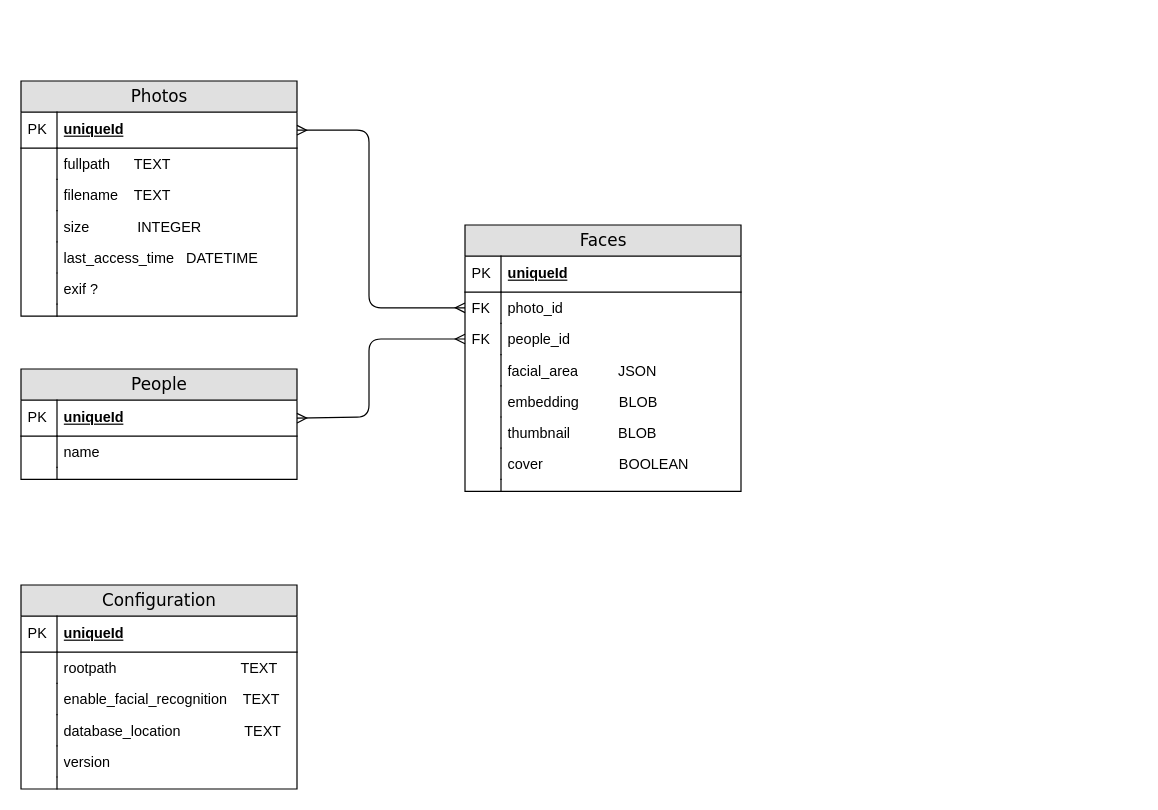
brandicast/bicasa keeps this draw.io diagram as sqlite.drawio. Above is the earlier version. Source tidied: cells renumbered, new cells numbered last; positions are measured from the earlier drawing's top-left corner, leaving out a move shared by most shapes. Both pictures are drawn from the tidied source at 120%, with x=0, y=0 at pixel (20, 80).
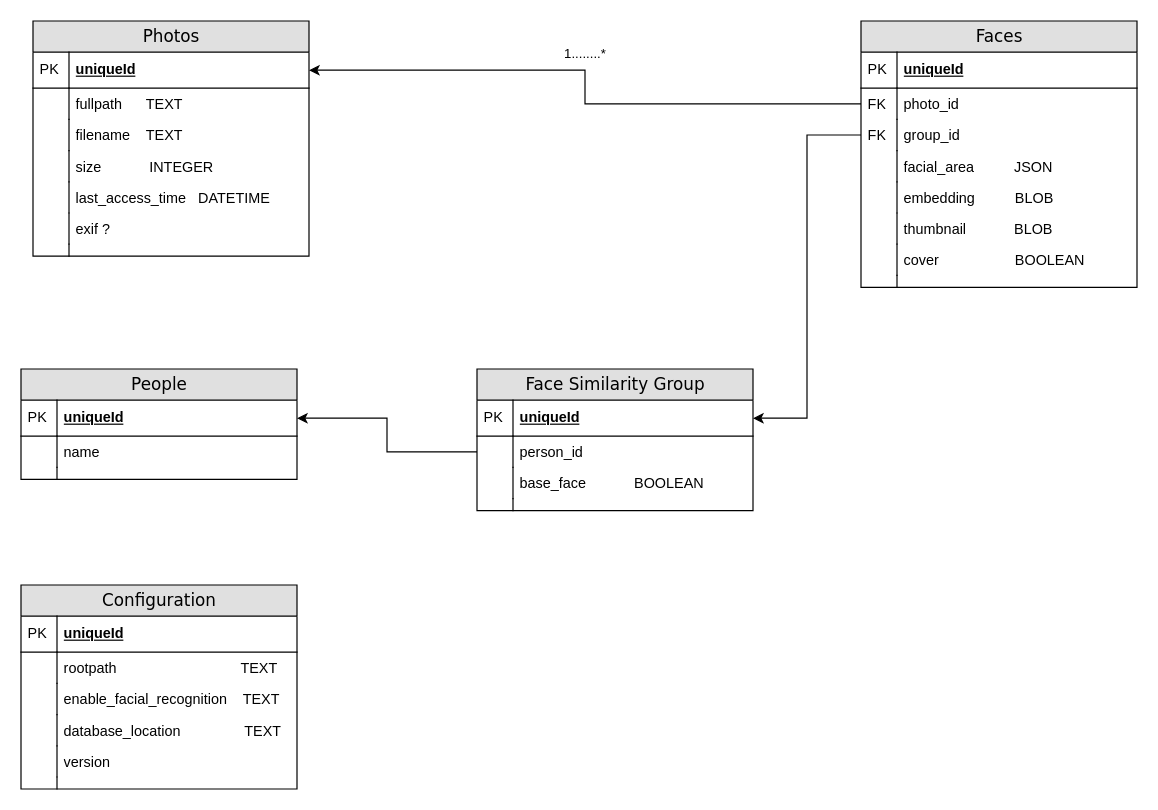
Above is the later version.

Unchanged cells that the change refers to:
```xml
<mxCell id="3" value="uniqueId" style="shape=partialRectangle;top=0;left=0;right=0;bottom=1;html=1;align=left;verticalAlign=middle;fillColor=none;spacingLeft=34;spacingRight=4;whiteSpace=wrap;overflow=hidden;points=[[0,0.5],[1,0.5]];portConstraint=eastwest;fontStyle=5;" parent="2" vertex="1">
  <mxGeometry y="26" width="230" height="30" as="geometry" />
</mxCell>
<mxCell id="20" value="photo_id" style="shape=partialRectangle;top=0;left=0;right=0;bottom=0;html=1;align=left;verticalAlign=top;fillColor=none;spacingLeft=34;spacingRight=4;whiteSpace=wrap;overflow=hidden;points=[[0,0.5],[1,0.5]];portConstraint=eastwest;" parent="17" vertex="1">
  <mxGeometry y="56" width="230" height="26" as="geometry" />
</mxCell>
<mxCell id="36" value="uniqueId" style="shape=partialRectangle;top=0;left=0;right=0;bottom=1;html=1;align=left;verticalAlign=middle;fillColor=none;spacingLeft=34;spacingRight=4;whiteSpace=wrap;overflow=hidden;points=[[0,0.5],[1,0.5]];portConstraint=eastwest;fontStyle=5;" parent="35" vertex="1">
  <mxGeometry y="26" width="230" height="30" as="geometry" />
</mxCell>
```

What changed in the source:
```diff
@@
     <mxCell id="2" value="Photos" style="swimlane;html=1;fontStyle=0;horizontal=1;startSize=26;fillColor=#e0e0e0;swimlaneFillColor=#ffffff;align=center;rounded=0;shadow=0;comic=0;labelBackgroundColor=none;strokeWidth=1;fontFamily=Verdana;fontSize=14;" parent="1" vertex="1">
-      <mxGeometry width="230" height="196" as="geometry" />
+      <mxGeometry x="10" y="-50" width="230" height="196" as="geometry" />
     </mxCell>
@@
     <mxCell id="17" value="Faces" style="swimlane;html=1;fontStyle=0;horizontal=1;startSize=26;fillColor=#e0e0e0;swimlaneFillColor=#ffffff;align=center;rounded=0;shadow=0;comic=0;labelBackgroundColor=none;strokeWidth=1;fontFamily=Verdana;fontSize=14;" parent="1" vertex="1">
-      <mxGeometry x="370" y="120" width="230" height="222" as="geometry" />
+      <mxGeometry x="700" y="-50" width="230" height="222" as="geometry" />
     </mxCell>
@@
-    <mxCell id="22" value="people_id" style="shape=partialRectangle;top=0;left=0;right=0;bottom=0;html=1;align=left;verticalAlign=top;fillColor=none;spacingLeft=34;spacingRight=4;whiteSpace=wrap;overflow=hidden;points=[[0,0.5],[1,0.5]];portConstraint=eastwest;" parent="17" vertex="1">
+    <mxCell id="22" value="group_id" style="shape=partialRectangle;top=0;left=0;right=0;bottom=0;html=1;align=left;verticalAlign=top;fillColor=none;spacingLeft=34;spacingRight=4;whiteSpace=wrap;overflow=hidden;points=[[0,0.5],[1,0.5]];portConstraint=eastwest;" parent="17" vertex="1">
       <mxGeometry y="82" width="230" height="26" as="geometry" />
     </mxCell>
@@
-    <mxCell id="34" style="edgeStyle=orthogonalEdgeStyle;html=1;endArrow=ERmany;startArrow=ERmany;labelBackgroundColor=none;fontFamily=Verdana;fontSize=14;entryX=1;entryY=0.5;entryDx=0;entryDy=0;exitX=0;exitY=0.5;exitDx=0;exitDy=0;" parent="1" edge="1" source="20" target="3">
-      <mxGeometry relative="1" as="geometry">
-        <Array as="points">
-          <mxPoint x="290" y="189" />
-          <mxPoint x="290" y="41" />
-        </Array>
-      </mxGeometry>
-    </mxCell>
@@
-    <mxCell id="42" style="edgeStyle=orthogonalEdgeStyle;html=1;endArrow=ERmany;startArrow=ERmany;labelBackgroundColor=none;fontFamily=Verdana;fontSize=14;entryX=1;entryY=0.5;entryDx=0;entryDy=0;exitX=0;exitY=0.5;exitDx=0;exitDy=0;" parent="1" edge="1" source="22" target="36">
-      <mxGeometry relative="1" as="geometry">
-        <Array as="points">
-          <mxPoint x="290" y="215" />
-          <mxPoint x="290" y="280" />
-        </Array>
-      </mxGeometry>
-    </mxCell>
@@
+    <mxCell id="56" value="Face Similarity Group" style="swimlane;html=1;fontStyle=0;horizontal=1;startSize=26;fillColor=#e0e0e0;swimlaneFillColor=#ffffff;align=center;rounded=0;shadow=0;comic=0;labelBackgroundColor=none;strokeWidth=1;fontFamily=Verdana;fontSize=14;" parent="1" vertex="1">
+      <mxGeometry x="380" y="240" width="230" height="118" as="geometry" />
+    </mxCell>
+    <mxCell id="57" value="uniqueId" style="shape=partialRectangle;top=0;left=0;right=0;bottom=1;html=1;align=left;verticalAlign=middle;fillColor=none;spacingLeft=34;spacingRight=4;whiteSpace=wrap;overflow=hidden;points=[[0,0.5],[1,0.5]];portConstraint=eastwest;fontStyle=5;" parent="56" vertex="1">
+      <mxGeometry y="26" width="230" height="30" as="geometry" />
+    </mxCell>
+    <mxCell id="58" value="PK" style="shape=partialRectangle;top=0;left=0;bottom=0;html=1;fillColor=none;align=left;verticalAlign=middle;spacingLeft=4;spacingRight=4;whiteSpace=wrap;overflow=hidden;" parent="57" vertex="1">
+      <mxGeometry width="30" height="30" as="geometry" />
+    </mxCell>
+    <mxCell id="59" value="person_id&amp;nbsp; &amp;nbsp; &amp;nbsp; &amp;nbsp; &amp;nbsp; &amp;nbsp;&amp;nbsp;" style="shape=partialRectangle;top=0;left=0;right=0;bottom=0;html=1;align=left;verticalAlign=top;fillColor=none;spacingLeft=34;spacingRight=4;whiteSpace=wrap;overflow=hidden;points=[[0,0.5],[1,0.5]];portConstraint=eastwest;" parent="56" vertex="1">
+      <mxGeometry y="56" width="230" height="26" as="geometry" />
+    </mxCell>
+    <mxCell id="60" style="shape=partialRectangle;top=0;left=0;bottom=0;html=1;fillColor=none;align=left;verticalAlign=top;spacingLeft=4;spacingRight=4;whiteSpace=wrap;overflow=hidden;" parent="59" vertex="1">
+      <mxGeometry width="30" height="26" as="geometry" />
+    </mxCell>
+    <mxCell id="61" value="base_face&amp;nbsp; &amp;nbsp; &amp;nbsp; &amp;nbsp; &amp;nbsp; &amp;nbsp; BOOLEAN" style="shape=partialRectangle;top=0;left=0;right=0;bottom=0;html=1;align=left;verticalAlign=top;fillColor=none;spacingLeft=34;spacingRight=4;whiteSpace=wrap;overflow=hidden;" parent="56" vertex="1">
+      <mxGeometry y="82" width="230" height="26" as="geometry" />
+    </mxCell>
+    <mxCell id="62" style="shape=partialRectangle;top=0;left=0;bottom=0;html=1;fillColor=none;align=left;verticalAlign=top;spacingLeft=4;spacingRight=4;whiteSpace=wrap;overflow=hidden;" parent="61" vertex="1">
+      <mxGeometry width="30" height="26" as="geometry" />
+    </mxCell>
+    <mxCell id="63" style="shape=partialRectangle;top=0;left=0;right=0;bottom=0;html=1;align=left;verticalAlign=top;fillColor=none;spacingLeft=34;spacingRight=4;whiteSpace=wrap;overflow=hidden;" parent="56" vertex="1">
+      <mxGeometry y="108" width="230" height="10" as="geometry" />
+    </mxCell>
+    <mxCell id="64" style="shape=partialRectangle;top=0;left=0;bottom=0;html=1;fillColor=none;align=left;verticalAlign=top;spacingLeft=4;spacingRight=4;whiteSpace=wrap;overflow=hidden;" parent="63" vertex="1">
+      <mxGeometry width="30" height="10" as="geometry" />
+    </mxCell>
+    <mxCell id="65" style="edgeStyle=orthogonalEdgeStyle;rounded=0;jettySize=auto;html=1;entryX=1;entryY=0.5;entryDx=0;entryDy=0;" parent="1" edge="1" source="59" target="36">
+      <mxGeometry relative="1" as="geometry" />
+    </mxCell>
+    <mxCell id="34" style="edgeStyle=orthogonalEdgeStyle;rounded=0;jettySize=auto;html=1;" parent="1" edge="1" source="20" target="3">
+      <mxGeometry relative="1" as="geometry" />
+    </mxCell>
+    <mxCell id="66" value="1........*" style="edgeLabel;html=1;align=center;verticalAlign=middle;" parent="34" vertex="1">
+      <mxGeometry x="-0.09" y="1" relative="1" as="geometry">
+        <mxPoint x="-9" y="-44" as="offset" />
+      </mxGeometry>
+    </mxCell>
+    <mxCell id="67" style="edgeStyle=orthogonalEdgeStyle;rounded=0;jettySize=auto;html=1;entryX=1;entryY=0.5;entryDx=0;entryDy=0;" parent="1" edge="1" source="22" target="57">
+      <mxGeometry relative="1" as="geometry" />
+    </mxCell>
```
